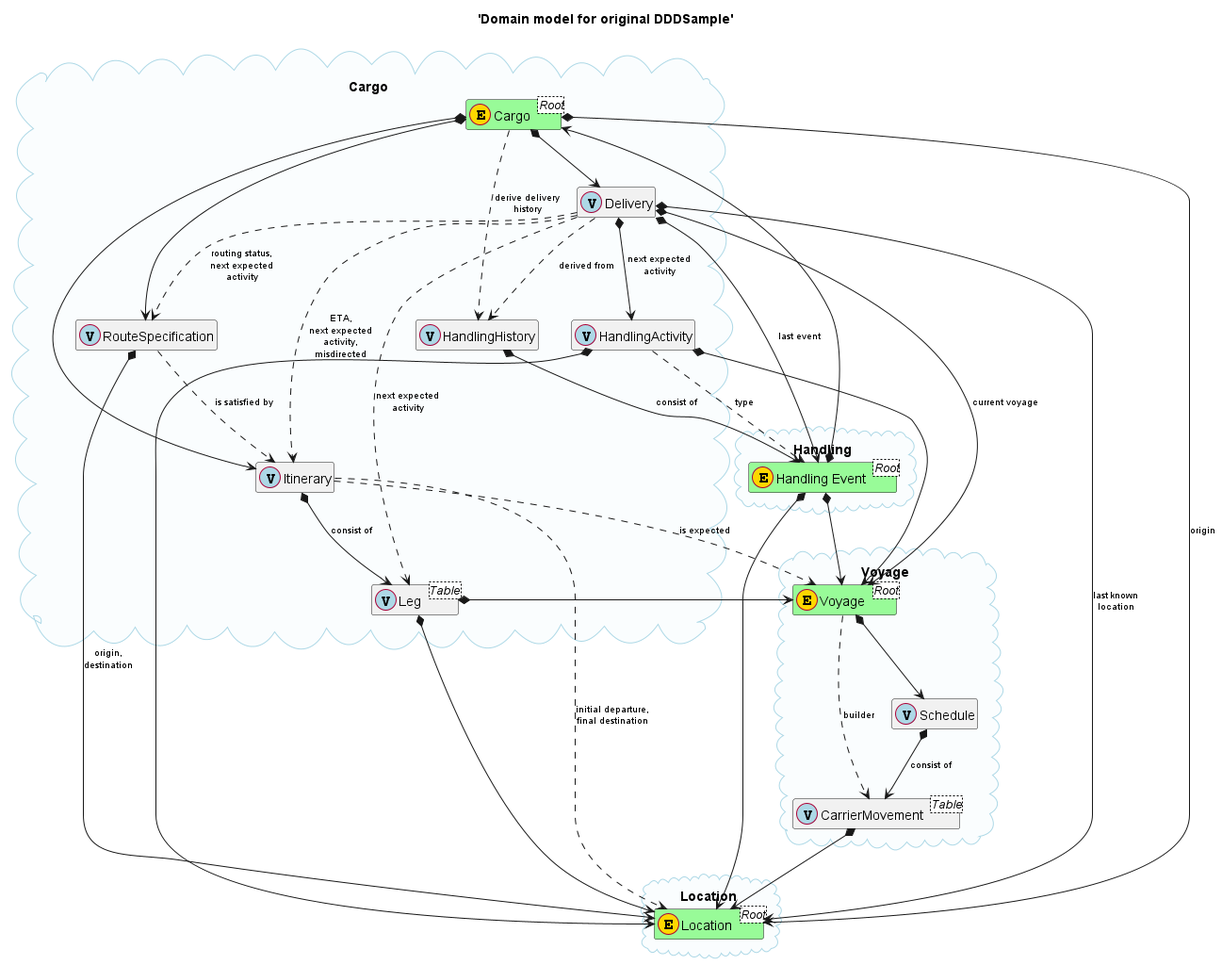
This is etc/doc/cargo.png from gushakov/cargo-clean, a PlantUML export, as it was before one commit. Source of this version:
```plantuml
@startuml
title 'Domain model for original DDDSample'

skinparam ArrowFontSize 10

hide empty members
hide stereotype

skinparam class {
    BackgroundColor<<Entity>> palegreen
}

skinparam cloud {
    BorderColor lightblue
    BackgroundColor %lighten(lightblue, 25)
}

cloud "Cargo"<<Cargo Aggregate>> {
    class "Cargo" as CRG<Root><<(E,gold) Entity>>
    class "Delivery" as DLV<<(V,lightblue) Value Object>>
    class "HandlingActivity" as ACT<<(V,lightblue) Value Object>>
    class "HandlingHistory" as HST<<(V,lightblue) Value Object>>
    class "Itinerary" as ITN<<(V,lightblue) Value Object>>
    class "RouteSpecification" as RTS<<(V,lightblue) Value Object>>
    class "Leg" as LEG<Table><<(V,lightblue) Value Object>>
}

cloud "Handling"<<Handling Aggregate>> {
    class "Handling Event" as EVT<Root><<(E,gold) Entity>>
}

cloud "Voyage"<<Voyage Aggregate>> {

    class "Voyage" as VYG<Root><<(E,gold) Entity>>
    class "CarrierMovement" as MVT<Table><<(V,lightblue) Value Object>>
    class "Schedule" as SCH<<(V,lightblue) Value Object>>

}

cloud "Location"<<Location Aggregate>> {
    class "Location" as LCT<Root><<(E,gold) Entity>>
}


CRG *--> LCT: origin
CRG *--> RTS
CRG *--> DLV
CRG *--> ITN
CRG ..> HST: "derive delivery\nhistory"

ITN *--> LEG: "consist of"
ITN ..> LCT: "initial departure,\nfinal destination"
ITN ..> VYG: "is expected"

VYG *--> SCH
VYG ..> MVT: "builder"

HST *--> EVT: "consist of"

EVT *--> CRG
EVT *--> LCT
EVT *--> VYG

DLV ..> HST: "derived from"
DLV ..> RTS: "routing status,\nnext expected\nactivity"
DLV ..> ITN: "ETA,\nnext expected\nactivity,\nmisdirected"
DLV *--> EVT: "last event"
DLV *--> ACT: "next expected\nactivity"
DLV *--> VYG: "current voyage"
DLV *--> LCT: "last known\nlocation"
DLV ..> LEG: "next expected\nactivity"

RTS ..> ITN: "is satisfied by"
RTS *--> LCT: "origin,\ndestination"

SCH *--> MVT: "consist of"

MVT *--> LCT

ACT ..> EVT: "type"
ACT *--> LCT
ACT *--> VYG

LEG *--> VYG
LEG *--> LCT

@enduml
```
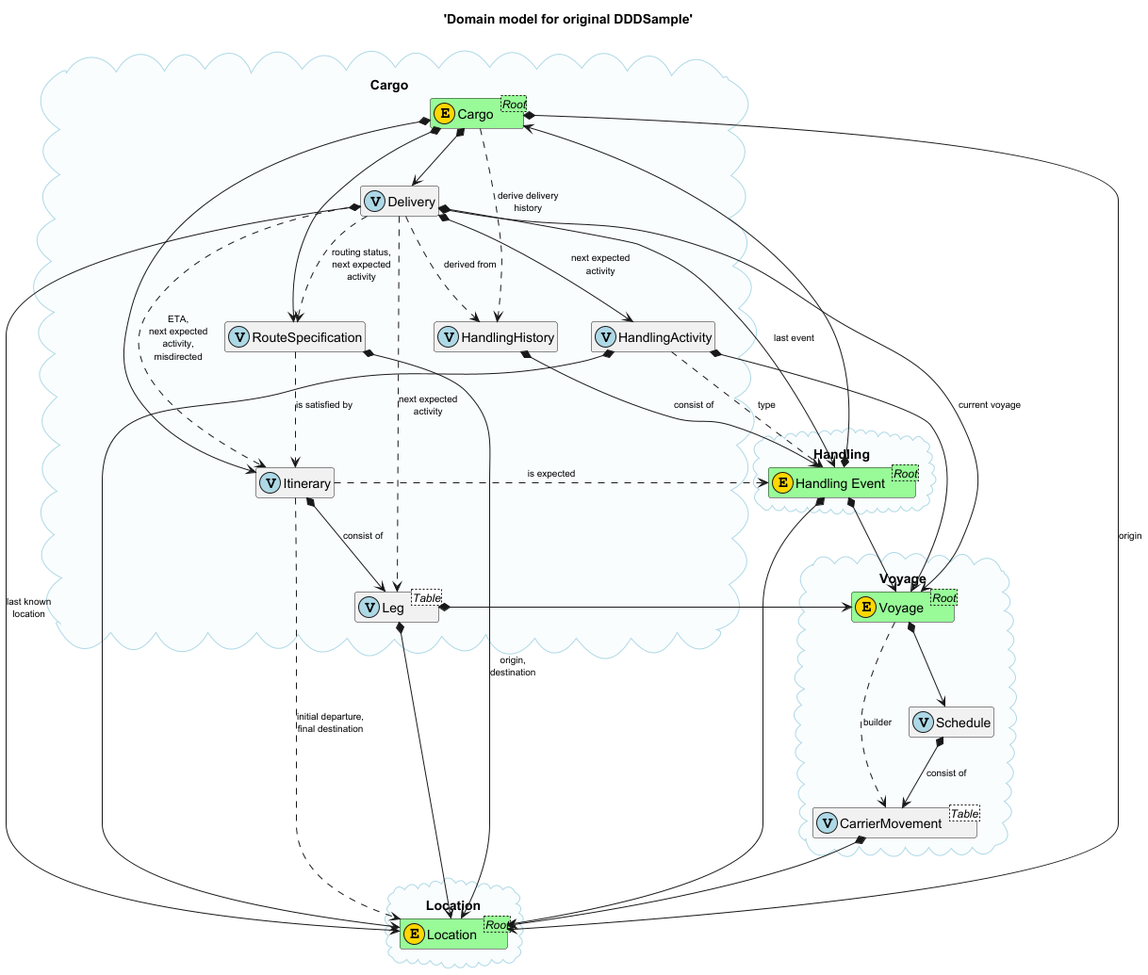
After the change.

Commit message:
fixed uml: itinerary and handling event (is expected)

What changed in the source:
```diff
@@ -50,7 +50,7 @@
 
 ITN *--> LEG: "consist of"
 ITN ..> LCT: "initial departure,\nfinal destination"
-ITN ..> VYG: "is expected"
+ITN ...> EVT: "is expected"
 
 VYG *--> SCH
 VYG ..> MVT: "builder"
```
